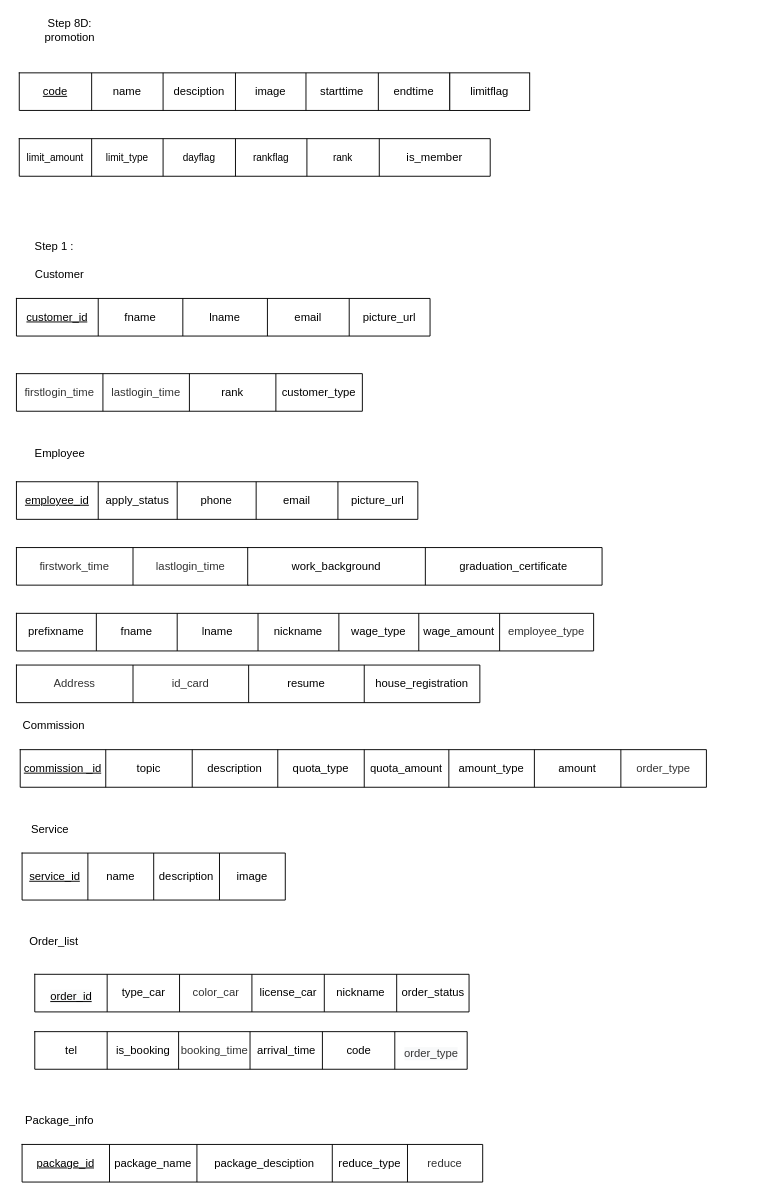
This is page "Step_P1" (2 of 7) of carcare.drawio from jarawin/carcare, a draw.io file, before an edit. Source tidied: cells renumbered, new cells numbered last; positions are measured from the earlier drawing's top-left corner, leaving out a move shared by most shapes. Both pictures are drawn from the tidied source at 94%, with x=0, y=0 at pixel (16, 16).
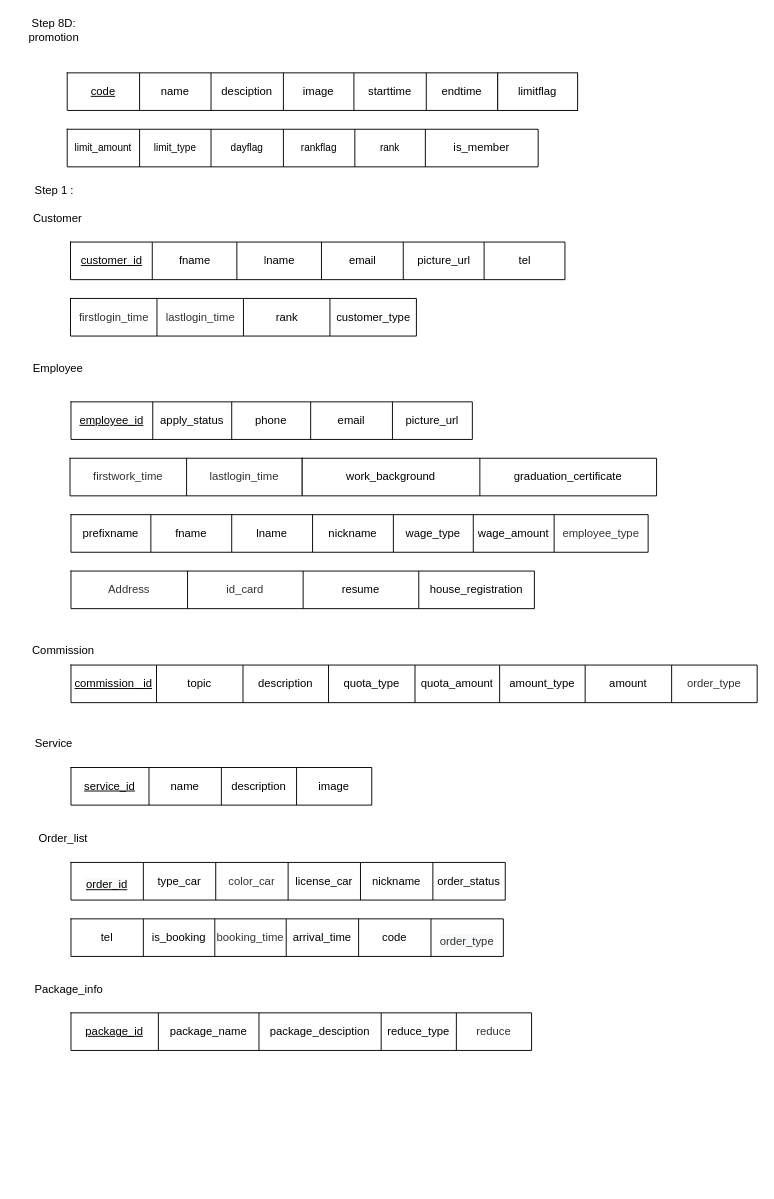
After the change.

The change refers to these unchanged cells:
```xml
<mxCell id="12" style="shape=tableRow;horizontal=0;startSize=0;swimlaneHead=0;swimlaneBody=0;top=0;left=0;bottom=0;right=0;fillColor=none;strokeColor=default;fontFamily=Helvetica;fontSize=12;fontColor=default;html=1;" parent="11" vertex="1">
  <mxGeometry width="501" height="40" as="geometry" />
</mxCell>
<mxCell id="97" style="shape=tableRow;horizontal=0;startSize=0;swimlaneHead=0;swimlaneBody=0;top=0;left=0;bottom=0;right=0;fillColor=none;strokeColor=default;fontFamily=Helvetica;fontSize=12;fontColor=default;html=1;" parent="96" vertex="1">
  <mxGeometry width="490" height="40" as="geometry" />
</mxCell>
```

The edit, as a diff of the source:
```diff
@@
     <mxCell id="2" value="Step 8D:&lt;br&gt;promotion" style="text;html=1;strokeColor=none;fillColor=none;align=center;verticalAlign=middle;whiteSpace=wrap;rounded=0;fontFamily=Helvetica;fontSize=12;fontColor=default;startSize=0;" parent="1" vertex="1">
-      <mxGeometry x="27" width="60" height="30" as="geometry" />
+      <mxGeometry x="10" width="60" height="30" as="geometry" />
     </mxCell>
     <mxCell id="3" style="shape=table;startSize=0;childLayout=tableLayout;strokeColor=default;fontFamily=Helvetica;fontSize=12;fontColor=default;fillColor=default;html=1;" parent="1" vertex="1">
-      <mxGeometry x="3" y="60" width="458" height="40" as="geometry" />
+      <mxGeometry x="54" y="60" width="458" height="40" as="geometry" />
     </mxCell>
@@
     <mxCell id="11" style="shape=table;startSize=0;childLayout=tableLayout;strokeColor=default;fontFamily=Helvetica;fontSize=12;fontColor=default;fillColor=default;html=1;" parent="1" vertex="1">
-      <mxGeometry x="3" y="130" width="501" height="40" as="geometry" />
+      <mxGeometry x="54" y="120" width="501" height="40" as="geometry" />
     </mxCell>
@@
     <mxCell id="17" value="&lt;span style=&quot;font-size: 8pt; line-height: 106%; font-family: Helvetica, sans-serif; background-image: initial; background-position: initial; background-size: initial; background-repeat: initial; background-attachment: initial; background-origin: initial; background-clip: initial;&quot;&gt;rank&lt;/span&gt;" style="shape=partialRectangle;html=1;whiteSpace=wrap;overflow=hidden;fillColor=none;top=0;left=0;bottom=0;right=0;strokeColor=default;fontFamily=Helvetica;fontSize=12;fontColor=default;startSize=0;" parent="12" vertex="1">
-      <mxGeometry x="306" width="77" height="40" as="geometry" />
+      <mxGeometry x="306" width="75" height="40" as="geometry" />
     </mxCell>
     <mxCell id="18" value="is_member" style="shape=partialRectangle;html=1;whiteSpace=wrap;overflow=hidden;fillColor=none;top=0;left=0;bottom=0;right=0;strokeColor=default;fontFamily=Helvetica;fontSize=12;fontColor=default;startSize=0;" parent="12" vertex="1">
-      <mxGeometry x="383" width="118" height="40" as="geometry" />
+      <mxGeometry x="381" width="120" height="40" as="geometry" />
     </mxCell>
     <mxCell id="19" value="limitflag" style="rounded=0;whiteSpace=wrap;html=1;" parent="1" vertex="1">
-      <mxGeometry x="461" y="60" width="85" height="40" as="geometry" />
+      <mxGeometry x="512" y="60" width="85" height="40" as="geometry" />
     </mxCell>
     <mxCell id="20" value="Step 1 :" style="text;html=1;align=center;verticalAlign=middle;strokeColor=none;fillColor=none;" parent="1" vertex="1">
-      <mxGeometry x="10" y="230" width="60" height="30" as="geometry" />
+      <mxGeometry x="9.5" y="170" width="60" height="30" as="geometry" />
     </mxCell>
-    <mxCell id="21" style="shape=table;startSize=0;childLayout=tableLayout;strokeColor=default;fontFamily=Helvetica;fontSize=12;fontColor=default;fillColor=default;html=1;" parent="1" vertex="1">
-      <mxGeometry y="300" width="440" height="40" as="geometry" />
-    </mxCell>
-    <mxCell id="22" style="shape=tableRow;horizontal=0;startSize=0;swimlaneHead=0;swimlaneBody=0;top=0;left=0;bottom=0;right=0;fillColor=none;strokeColor=default;fontFamily=Helvetica;fontSize=12;fontColor=default;html=1;" parent="21" vertex="1">
-      <mxGeometry width="440" height="40" as="geometry" />
-    </mxCell>
-    <mxCell id="23" value="&lt;u&gt;&lt;span style=&quot;line-height: 106%; font-family: Helvetica, sans-serif; background-image: initial; background-position: initial; background-size: initial; background-repeat: initial; background-attachment: initial; background-origin: initial; background-clip: initial;&quot;&gt;&lt;font style=&quot;font-size: 12px;&quot;&gt;customer_id&lt;/font&gt;&lt;/span&gt;&lt;/u&gt;" style="shape=partialRectangle;html=1;whiteSpace=wrap;overflow=hidden;fillColor=none;top=0;left=0;bottom=0;right=0;strokeColor=default;fontFamily=Helvetica;fontSize=12;fontColor=default;startSize=0;" parent="22" vertex="1">
-      <mxGeometry width="87" height="40" as="geometry" />
-    </mxCell>
-    <mxCell id="24" value="&lt;span style=&quot;line-height: 106%; font-family: Helvetica, sans-serif; background-image: initial; background-position: initial; background-size: initial; background-repeat: initial; background-attachment: initial; background-origin: initial; background-clip: initial;&quot;&gt;&lt;font style=&quot;font-size: 12px;&quot;&gt;fname&lt;/font&gt;&lt;/span&gt;" style="shape=partialRectangle;html=1;whiteSpace=wrap;overflow=hidden;fillColor=none;top=0;left=0;bottom=0;right=0;strokeColor=default;fontFamily=Helvetica;fontSize=12;fontColor=default;startSize=0;" parent="22" vertex="1">
-      <mxGeometry x="87" width="90" height="40" as="geometry" />
-    </mxCell>
-    <mxCell id="25" value="lname" style="shape=partialRectangle;html=1;whiteSpace=wrap;overflow=hidden;fillColor=none;top=0;left=0;bottom=0;right=0;strokeColor=default;fontFamily=Helvetica;fontSize=12;fontColor=default;startSize=0;" parent="22" vertex="1">
-      <mxGeometry x="177" width="90" height="40" as="geometry" />
-    </mxCell>
-    <mxCell id="26" value="&lt;span style=&quot;line-height: 106%; font-family: Helvetica, sans-serif; background-image: initial; background-position: initial; background-size: initial; background-repeat: initial; background-attachment: initial; background-origin: initial; background-clip: initial;&quot;&gt;&lt;font style=&quot;font-size: 12px;&quot;&gt;email&lt;/font&gt;&lt;/span&gt;" style="shape=partialRectangle;html=1;whiteSpace=wrap;overflow=hidden;fillColor=none;top=0;left=0;bottom=0;right=0;strokeColor=default;fontFamily=Helvetica;fontSize=12;fontColor=default;startSize=0;" parent="22" vertex="1">
-      <mxGeometry x="267" width="87" height="40" as="geometry" />
-    </mxCell>
-    <mxCell id="27" value="&lt;span style=&quot;line-height: 106%; font-family: Helvetica, sans-serif; background-image: initial; background-position: initial; background-size: initial; background-repeat: initial; background-attachment: initial; background-origin: initial; background-clip: initial;&quot;&gt;&lt;font style=&quot;font-size: 12px;&quot;&gt;picture_url&lt;/font&gt;&lt;/span&gt;" style="shape=partialRectangle;html=1;whiteSpace=wrap;overflow=hidden;fillColor=none;top=0;left=0;bottom=0;right=0;strokeColor=default;fontFamily=Helvetica;fontSize=12;fontColor=default;startSize=0;" parent="22" vertex="1">
-      <mxGeometry x="354" width="86" height="40" as="geometry" />
-    </mxCell>
     <mxCell id="28" style="shape=table;startSize=0;childLayout=tableLayout;strokeColor=default;fontFamily=Helvetica;fontSize=12;fontColor=default;fillColor=default;html=1;" parent="1" vertex="1">
-      <mxGeometry y="380" width="368" height="40" as="geometry" />
+      <mxGeometry x="57.5" y="300" width="368" height="40" as="geometry" />
     </mxCell>
@@
     <mxCell id="34" value="Customer" style="text;html=1;strokeColor=none;fillColor=none;align=center;verticalAlign=middle;whiteSpace=wrap;rounded=0;fontFamily=Helvetica;fontSize=12;fontColor=default;startSize=0;" parent="1" vertex="1">
-      <mxGeometry x="16" y="260" width="60" height="30" as="geometry" />
+      <mxGeometry x="13.5" y="200" width="60" height="30" as="geometry" />
     </mxCell>
     <mxCell id="35" style="shape=table;startSize=0;childLayout=tableLayout;strokeColor=default;fontFamily=Helvetica;fontSize=12;fontColor=default;fillColor=default;html=1;" parent="1" vertex="1">
-      <mxGeometry y="495" width="427" height="40" as="geometry" />
+      <mxGeometry x="58" y="410" width="427" height="40" as="geometry" />
     </mxCell>
@@
     <mxCell id="42" style="shape=table;startSize=0;childLayout=tableLayout;strokeColor=default;fontFamily=Helvetica;fontSize=12;fontColor=default;fillColor=default;html=1;" parent="1" vertex="1">
-      <mxGeometry y="565" width="247" height="40" as="geometry" />
+      <mxGeometry x="57" y="470" width="247" height="40" as="geometry" />
     </mxCell>
@@
     <mxCell id="46" style="shape=table;startSize=0;childLayout=tableLayout;strokeColor=default;fontFamily=Helvetica;fontSize=12;fontColor=default;fillColor=default;html=1;" parent="1" vertex="1">
-      <mxGeometry y="635" width="614" height="40" as="geometry" />
+      <mxGeometry x="58" y="530" width="614" height="40" as="geometry" />
     </mxCell>
@@
     <mxCell id="55" style="shape=table;startSize=0;childLayout=tableLayout;strokeColor=default;fontFamily=Helvetica;fontSize=12;fontColor=default;fillColor=default;html=1;" parent="1" vertex="1">
-      <mxGeometry x="246" y="565" width="377" height="40" as="geometry" />
+      <mxGeometry x="304" y="470" width="377" height="40" as="geometry" />
     </mxCell>
@@
     <mxCell id="59" value="Commission" style="text;html=1;strokeColor=none;fillColor=none;align=center;verticalAlign=middle;whiteSpace=wrap;rounded=0;fontFamily=Helvetica;fontSize=12;fontColor=default;startSize=0;" parent="1" vertex="1">
-      <mxGeometry x="10" y="740" width="60" height="30" as="geometry" />
+      <mxGeometry x="20" y="660" width="60" height="30" as="geometry" />
     </mxCell>
     <mxCell id="60" style="shape=table;startSize=0;childLayout=tableLayout;strokeColor=default;fontFamily=Helvetica;fontSize=12;fontColor=default;fillColor=default;html=1;" parent="1" vertex="1">
-      <mxGeometry x="4" y="780" width="730" height="40" as="geometry" />
+      <mxGeometry x="58" y="690" width="730" height="40" as="geometry" />
     </mxCell>
@@
     <mxCell id="70" value="Employee" style="text;html=1;align=center;verticalAlign=middle;strokeColor=none;fillColor=none;" parent="1" vertex="1">
-      <mxGeometry x="6" y="450" width="80" height="30" as="geometry" />
+      <mxGeometry x="4" y="360" width="80" height="30" as="geometry" />
     </mxCell>
     <mxCell id="71" value="Service" style="text;html=1;strokeColor=none;fillColor=none;align=center;verticalAlign=middle;whiteSpace=wrap;rounded=0;fontFamily=Helvetica;fontSize=12;fontColor=default;startSize=0;" parent="1" vertex="1">
-      <mxGeometry x="6" y="850" width="60" height="30" as="geometry" />
+      <mxGeometry x="10" y="759" width="60" height="30" as="geometry" />
     </mxCell>
     <mxCell id="72" style="shape=table;startSize=0;childLayout=tableLayout;strokeColor=default;fontFamily=Helvetica;fontSize=12;fontColor=default;fillColor=default;html=1;" parent="1" vertex="1">
-      <mxGeometry x="6" y="890" width="280" height="50" as="geometry" />
+      <mxGeometry x="58" y="799" width="320" height="40" as="geometry" />
     </mxCell>
     <mxCell id="73" style="shape=tableRow;horizontal=0;startSize=0;swimlaneHead=0;swimlaneBody=0;top=0;left=0;bottom=0;right=0;fillColor=none;strokeColor=default;fontFamily=Helvetica;fontSize=12;fontColor=default;html=1;" parent="72" vertex="1">
-      <mxGeometry width="280" height="50" as="geometry" />
+      <mxGeometry width="320" height="40" as="geometry" />
     </mxCell>
     <mxCell id="74" value="&lt;u&gt;service_id&lt;/u&gt;" style="shape=partialRectangle;html=1;whiteSpace=wrap;overflow=hidden;fillColor=none;top=0;left=0;bottom=0;right=0;strokeColor=default;fontFamily=Helvetica;fontSize=12;fontColor=default;startSize=0;" parent="73" vertex="1">
-      <mxGeometry width="70" height="50" as="geometry" />
+      <mxGeometry width="83" height="40" as="geometry" />
     </mxCell>
     <mxCell id="75" value="name" style="shape=partialRectangle;html=1;whiteSpace=wrap;overflow=hidden;fillColor=none;top=0;left=0;bottom=0;right=0;strokeColor=default;fontFamily=Helvetica;fontSize=12;fontColor=default;startSize=0;" parent="73" vertex="1">
-      <mxGeometry x="70" width="70" height="50" as="geometry" />
+      <mxGeometry x="83" width="77" height="40" as="geometry" />
     </mxCell>
     <mxCell id="76" value="description" style="shape=partialRectangle;html=1;whiteSpace=wrap;overflow=hidden;fillColor=none;top=0;left=0;bottom=0;right=0;strokeColor=default;fontFamily=Helvetica;fontSize=12;fontColor=default;startSize=0;" parent="73" vertex="1">
-      <mxGeometry x="140" width="70" height="50" as="geometry" />
+      <mxGeometry x="160" width="80" height="40" as="geometry" />
     </mxCell>
     <mxCell id="77" value="image" style="shape=partialRectangle;html=1;whiteSpace=wrap;overflow=hidden;fillColor=none;top=0;left=0;bottom=0;right=0;strokeColor=default;fontFamily=Helvetica;fontSize=12;fontColor=default;startSize=0;" parent="73" vertex="1">
-      <mxGeometry x="210" width="70" height="50" as="geometry" />
+      <mxGeometry x="240" width="80" height="40" as="geometry" />
     </mxCell>
     <mxCell id="78" value="Order_list" style="text;html=1;strokeColor=none;fillColor=none;align=center;verticalAlign=middle;whiteSpace=wrap;rounded=0;fontFamily=Helvetica;fontSize=12;fontColor=default;startSize=0;" parent="1" vertex="1">
-      <mxGeometry x="10" y="969" width="60" height="30" as="geometry" />
+      <mxGeometry x="20" y="860" width="60" height="30" as="geometry" />
     </mxCell>
     <mxCell id="79" style="shape=table;startSize=0;childLayout=tableLayout;strokeColor=default;fontFamily=Helvetica;fontSize=12;fontColor=default;fillColor=default;html=1;" parent="1" vertex="1">
-      <mxGeometry x="19.5" y="1080" width="460" height="40" as="geometry" />
+      <mxGeometry x="58" y="960" width="460" height="40" as="geometry" />
     </mxCell>
@@
     <mxCell id="87" style="shape=table;startSize=0;childLayout=tableLayout;strokeColor=default;fontFamily=Helvetica;fontSize=12;fontColor=default;fillColor=default;html=1;" parent="1" vertex="1">
-      <mxGeometry x="19.5" y="1019" width="462" height="40" as="geometry" />
+      <mxGeometry x="58" y="900" width="462" height="40" as="geometry" />
     </mxCell>
@@
     <mxCell id="95" value="Package_info" style="text;html=1;strokeColor=none;fillColor=none;align=center;verticalAlign=middle;whiteSpace=wrap;rounded=0;fontFamily=Helvetica;fontSize=12;fontColor=default;startSize=0;" parent="1" vertex="1">
-      <mxGeometry x="16" y="1160" width="60" height="30" as="geometry" />
+      <mxGeometry x="14" y="1020" width="84" height="30" as="geometry" />
     </mxCell>
     <mxCell id="96" style="shape=table;startSize=0;childLayout=tableLayout;strokeColor=default;fontFamily=Helvetica;fontSize=12;fontColor=default;fillColor=default;html=1;" parent="1" vertex="1">
-      <mxGeometry x="6" y="1200" width="490" height="40" as="geometry" />
+      <mxGeometry x="58" y="1060" width="490" height="40" as="geometry" />
     </mxCell>
@@
     <mxCell id="99" value="&lt;span style=&quot;font-size: 9pt; line-height: 106%; font-family: Helvetica, sans-serif; background-image: initial; background-position: initial; background-size: initial; background-repeat: initial; background-attachment: initial; background-origin: initial; background-clip: initial;&quot;&gt;package_name&lt;/span&gt;" style="shape=partialRectangle;html=1;whiteSpace=wrap;overflow=hidden;fillColor=none;top=0;left=0;bottom=0;right=0;strokeColor=default;fontFamily=Helvetica;fontSize=12;fontColor=default;startSize=0;" parent="97" vertex="1">
-      <mxGeometry x="93" width="93" height="40" as="geometry" />
+      <mxGeometry x="93" width="107" height="40" as="geometry" />
     </mxCell>
     <mxCell id="100" value="&lt;span style=&quot;font-size: 9pt; line-height: 106%; font-family: Helvetica, sans-serif; background-image: initial; background-position: initial; background-size: initial; background-repeat: initial; background-attachment: initial; background-origin: initial; background-clip: initial;&quot;&gt;package_desciption&lt;/span&gt;" style="shape=partialRectangle;html=1;whiteSpace=wrap;overflow=hidden;fillColor=none;top=0;left=0;bottom=0;right=0;strokeColor=default;fontFamily=Helvetica;fontSize=12;fontColor=default;startSize=0;" parent="97" vertex="1">
-      <mxGeometry x="186" width="144" height="40" as="geometry" />
+      <mxGeometry x="200" width="130" height="40" as="geometry" />
     </mxCell>
@@
     <mxCell id="103" style="shape=table;startSize=0;childLayout=tableLayout;strokeColor=default;fontFamily=Helvetica;fontSize=12;fontColor=default;fillColor=default;html=1;" parent="1" vertex="1">
-      <mxGeometry y="690" width="493" height="40" as="geometry" />
+      <mxGeometry x="58" y="590" width="493" height="40" as="geometry" />
     </mxCell>
@@
+    <mxCell id="21" style="shape=table;startSize=0;childLayout=tableLayout;strokeColor=default;fontFamily=Helvetica;fontSize=12;fontColor=default;fillColor=default;html=1;" parent="1" vertex="1">
+      <mxGeometry x="57.5" y="240" width="526" height="40" as="geometry" />
+    </mxCell>
+    <mxCell id="22" style="shape=tableRow;horizontal=0;startSize=0;swimlaneHead=0;swimlaneBody=0;top=0;left=0;bottom=0;right=0;fillColor=none;strokeColor=default;fontFamily=Helvetica;fontSize=12;fontColor=default;html=1;" parent="21" vertex="1">
+      <mxGeometry width="526" height="40" as="geometry" />
+    </mxCell>
+    <mxCell id="23" value="&lt;u&gt;&lt;span style=&quot;line-height: 106%; font-family: Helvetica, sans-serif; background-image: initial; background-position: initial; background-size: initial; background-repeat: initial; background-attachment: initial; background-origin: initial; background-clip: initial;&quot;&gt;&lt;font style=&quot;font-size: 12px;&quot;&gt;customer_id&lt;/font&gt;&lt;/span&gt;&lt;/u&gt;" style="shape=partialRectangle;html=1;whiteSpace=wrap;overflow=hidden;fillColor=none;top=0;left=0;bottom=0;right=0;strokeColor=default;fontFamily=Helvetica;fontSize=12;fontColor=default;startSize=0;" parent="22" vertex="1">
+      <mxGeometry width="87" height="40" as="geometry" />
+    </mxCell>
+    <mxCell id="24" value="&lt;span style=&quot;line-height: 106%; font-family: Helvetica, sans-serif; background-image: initial; background-position: initial; background-size: initial; background-repeat: initial; background-attachment: initial; background-origin: initial; background-clip: initial;&quot;&gt;&lt;font style=&quot;font-size: 12px;&quot;&gt;fname&lt;/font&gt;&lt;/span&gt;" style="shape=partialRectangle;html=1;whiteSpace=wrap;overflow=hidden;fillColor=none;top=0;left=0;bottom=0;right=0;strokeColor=default;fontFamily=Helvetica;fontSize=12;fontColor=default;startSize=0;" parent="22" vertex="1">
+      <mxGeometry x="87" width="90" height="40" as="geometry" />
+    </mxCell>
+    <mxCell id="25" value="lname" style="shape=partialRectangle;html=1;whiteSpace=wrap;overflow=hidden;fillColor=none;top=0;left=0;bottom=0;right=0;strokeColor=default;fontFamily=Helvetica;fontSize=12;fontColor=default;startSize=0;" parent="22" vertex="1">
+      <mxGeometry x="177" width="90" height="40" as="geometry" />
+    </mxCell>
+    <mxCell id="26" value="&lt;span style=&quot;font-family: Helvetica, sans-serif;&quot;&gt;email&lt;/span&gt;" style="shape=partialRectangle;html=1;whiteSpace=wrap;overflow=hidden;fillColor=none;top=0;left=0;bottom=0;right=0;strokeColor=default;fontFamily=Helvetica;fontSize=12;fontColor=default;startSize=0;" parent="22" vertex="1">
+      <mxGeometry x="267" width="87" height="40" as="geometry" />
+    </mxCell>
+    <mxCell id="27" value="&lt;span style=&quot;line-height: 106%; font-family: Helvetica, sans-serif; background-image: initial; background-position: initial; background-size: initial; background-repeat: initial; background-attachment: initial; background-origin: initial; background-clip: initial;&quot;&gt;&lt;font style=&quot;font-size: 12px;&quot;&gt;picture_url&lt;/font&gt;&lt;/span&gt;" style="shape=partialRectangle;html=1;whiteSpace=wrap;overflow=hidden;fillColor=none;top=0;left=0;bottom=0;right=0;strokeColor=default;fontFamily=Helvetica;fontSize=12;fontColor=default;startSize=0;" parent="22" vertex="1">
+      <mxGeometry x="354" width="86" height="40" as="geometry" />
+    </mxCell>
+    <mxCell id="109" value="tel" style="shape=partialRectangle;html=1;whiteSpace=wrap;overflow=hidden;fillColor=none;top=0;left=0;bottom=0;right=0;strokeColor=default;fontFamily=Helvetica;fontSize=12;fontColor=default;startSize=0;" parent="22" vertex="1">
+      <mxGeometry x="440" width="86" height="40" as="geometry" />
+    </mxCell>
```
